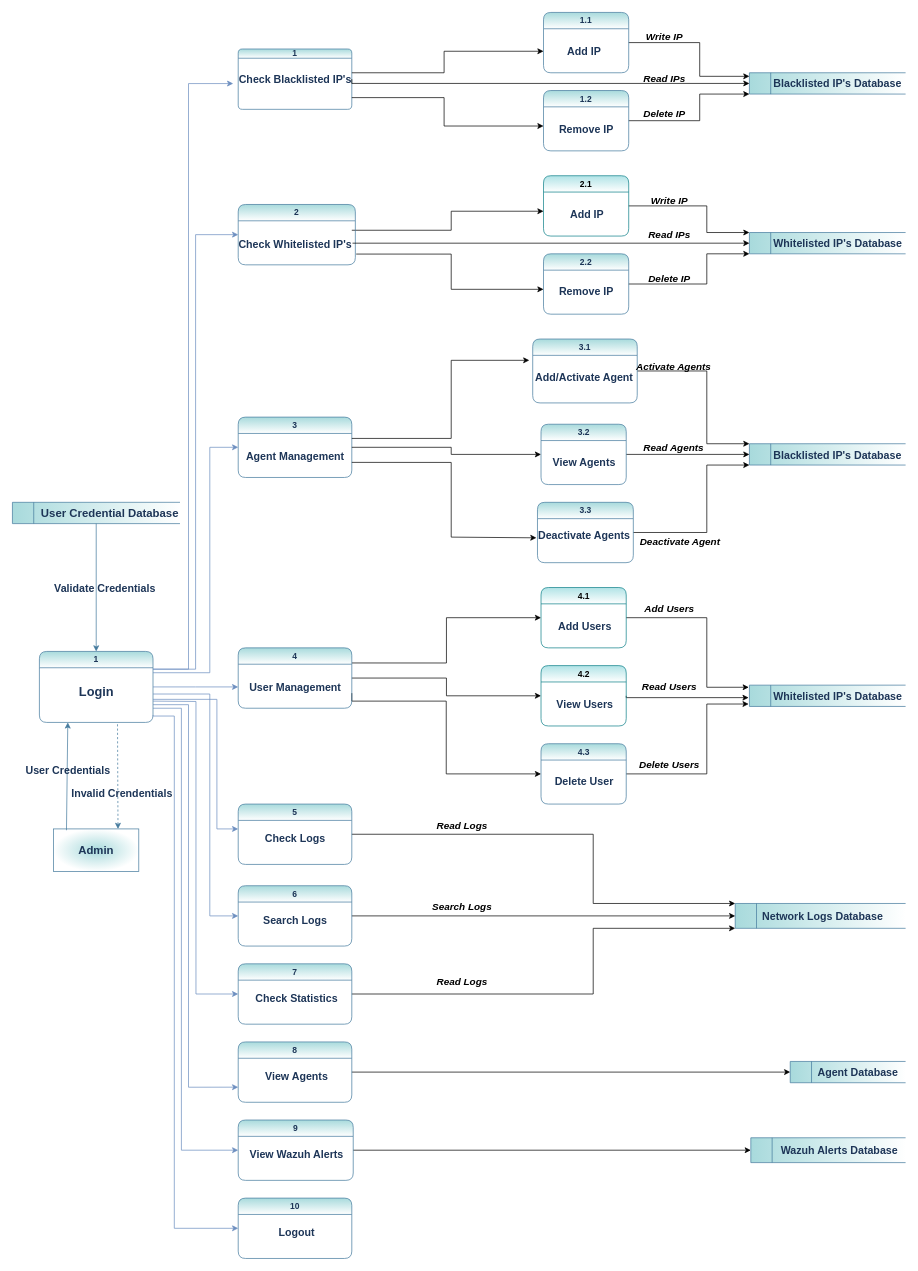
This is Documentation/Diagrams/Admin_DFD_Vertical.drawio from 33073-umar/NeuraWall, a draw.io file, before an edit. Source tidied: cells renumbered, new cells numbered last; positions are measured from the earlier drawing's top-left corner, leaving out a move shared by most shapes. Both pictures are drawn from the tidied source at 71%, with x=0, y=0 at pixel (12, 12).
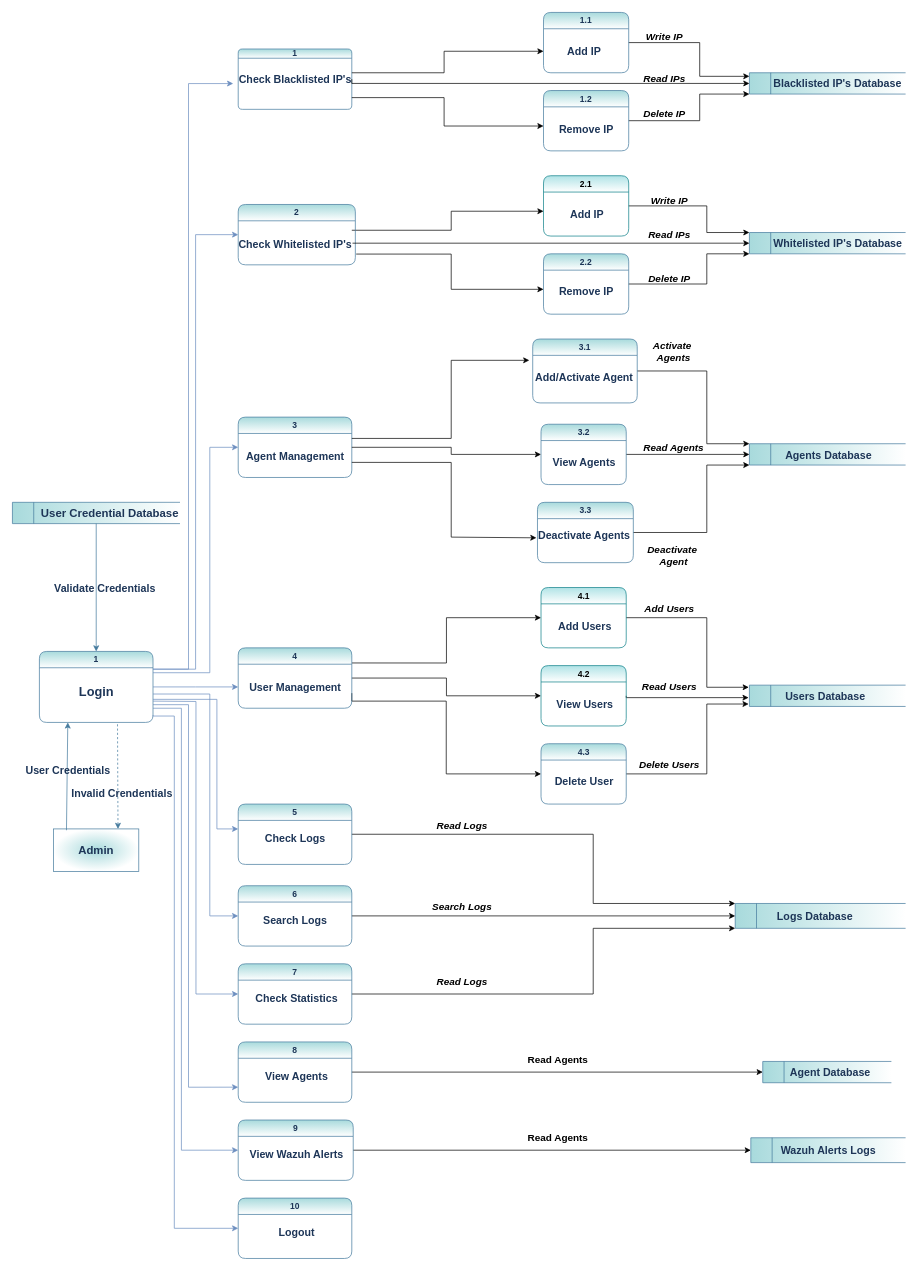
Above is the later version.

What changed in the source:
```diff
@@
-    <mxCell id="7" value="&lt;font style=&quot;font-size: 15px;&quot;&gt;&lt;b&gt;&lt;span style=&quot;white-space: pre;&quot;&gt;&#9;&lt;/span&gt;Network Logs Database&lt;/b&gt;&lt;/font&gt;" style="html=1;dashed=0;whiteSpace=wrap;shape=mxgraph.dfd.dataStoreID;align=left;spacingLeft=3;points=[[0,0],[0.5,0],[1,0],[0,0.5],[1,0.5],[0,1],[0.5,1],[1,1]];labelBackgroundColor=none;fillColor=#A8DADC;strokeColor=#457B9D;fontColor=#1D3557;gradientColor=#FFFFFF;gradientDirection=east;" parent="1" vertex="1">
+    <mxCell id="7" value="&lt;font style=&quot;font-size: 15px;&quot;&gt;&lt;b&gt;&lt;span style=&quot;white-space: pre;&quot;&gt;&#9;&lt;/span&gt;&amp;nbsp; &amp;nbsp; &amp;nbsp;Logs Database&lt;/b&gt;&lt;/font&gt;" style="html=1;dashed=0;whiteSpace=wrap;shape=mxgraph.dfd.dataStoreID;align=left;spacingLeft=3;points=[[0,0],[0.5,0],[1,0],[0,0.5],[1,0.5],[0,1],[0.5,1],[1,1]];labelBackgroundColor=none;fillColor=#A8DADC;strokeColor=#457B9D;fontColor=#1D3557;gradientColor=#FFFFFF;gradientDirection=east;" parent="1" vertex="1">
       <mxGeometry x="1018" y="1255" width="240" height="35" as="geometry" />
     </mxCell>
@@
     <mxCell id="37" value="&lt;font style=&quot;font-size: 15px;&quot;&gt;&lt;b&gt;&lt;span style=&quot;white-space: pre;&quot;&gt;&#9;&lt;/span&gt;Agent&amp;nbsp;Database&lt;/b&gt;&lt;/font&gt;" style="html=1;dashed=0;whiteSpace=wrap;shape=mxgraph.dfd.dataStoreID;align=left;spacingLeft=3;points=[[0,0],[0.5,0],[1,0],[0,0.5],[1,0.5],[0,1],[0.5,1],[1,1]];labelBackgroundColor=none;fillColor=#A8DADC;strokeColor=#457B9D;fontColor=#1D3557;gradientColor=#FFFFFF;gradientDirection=east;" parent="1" vertex="1">
-      <mxGeometry x="1095.5" y="1477.5" width="162.5" height="30" as="geometry" />
+      <mxGeometry x="1056.8" y="1477.5" width="181.2" height="30" as="geometry" />
     </mxCell>
-    <mxCell id="38" value="&lt;font style=&quot;font-size: 15px;&quot;&gt;&lt;b&gt;&lt;span style=&quot;white-space: pre;&quot;&gt;&#9;&lt;/span&gt;&lt;span style=&quot;text-align: center; text-wrap-mode: nowrap;&quot;&gt;&amp;nbsp;Wazuh Alerts&lt;/span&gt;&amp;nbsp;Database&lt;/b&gt;&lt;/font&gt;" style="html=1;dashed=0;whiteSpace=wrap;shape=mxgraph.dfd.dataStoreID;align=left;spacingLeft=3;points=[[0,0],[0.5,0],[1,0],[0,0.5],[1,0.5],[0,1],[0.5,1],[1,1]];labelBackgroundColor=none;fillColor=#A8DADC;strokeColor=#457B9D;fontColor=#1D3557;gradientColor=#FFFFFF;gradientDirection=east;" parent="1" vertex="1">
+    <mxCell id="38" value="&lt;font style=&quot;font-size: 15px;&quot;&gt;&lt;b&gt;&lt;span style=&quot;white-space: pre;&quot;&gt;&#9;&lt;/span&gt;&lt;span style=&quot;text-align: center; text-wrap-mode: nowrap;&quot;&gt;&amp;nbsp;Wazuh Alerts Logs&lt;/span&gt;&amp;nbsp;&lt;/b&gt;&lt;/font&gt;" style="html=1;dashed=0;whiteSpace=wrap;shape=mxgraph.dfd.dataStoreID;align=left;spacingLeft=3;points=[[0,0],[0.5,0],[1,0],[0,0.5],[1,0.5],[0,1],[0.5,1],[1,1]];labelBackgroundColor=none;fillColor=#A8DADC;strokeColor=#457B9D;fontColor=#1D3557;gradientColor=#FFFFFF;gradientDirection=east;" parent="1" vertex="1">
       <mxGeometry x="1040" y="1585" width="218" height="35" as="geometry" />
     </mxCell>
@@
-    <mxCell id="59" value="&lt;span style=&quot;text-align: center; text-wrap-mode: nowrap;&quot;&gt;&lt;b style=&quot;&quot;&gt;&lt;font style=&quot;font-size: 15px;&quot;&gt;&amp;nbsp; &amp;nbsp; &amp;nbsp; &amp;nbsp;Whitelisted IP's Database&lt;/font&gt;&lt;/b&gt;&lt;/span&gt;" style="html=1;dashed=0;whiteSpace=wrap;shape=mxgraph.dfd.dataStoreID;align=left;spacingLeft=3;points=[[0,0],[0.5,0],[1,0],[0,0.5],[1,0.5],[0,1],[0.5,1],[1,1]];labelBackgroundColor=none;fillColor=#A8DADC;strokeColor=#457B9D;fontColor=#1D3557;gradientColor=#FFFFFF;gradientDirection=east;" parent="1" vertex="1">
+    <mxCell id="59" value="&lt;span style=&quot;text-align: center; text-wrap-mode: nowrap;&quot;&gt;&lt;b style=&quot;&quot;&gt;&lt;font style=&quot;font-size: 15px;&quot;&gt;&amp;nbsp; &amp;nbsp; &amp;nbsp; &amp;nbsp;&lt;span style=&quot;white-space: pre;&quot;&gt;&#9;&lt;/span&gt;&amp;nbsp; &amp;nbsp;Users Database&lt;/font&gt;&lt;/b&gt;&lt;/span&gt;" style="html=1;dashed=0;whiteSpace=wrap;shape=mxgraph.dfd.dataStoreID;align=left;spacingLeft=3;points=[[0,0],[0.5,0],[1,0],[0,0.5],[1,0.5],[0,1],[0.5,1],[1,1]];labelBackgroundColor=none;fillColor=#A8DADC;strokeColor=#457B9D;fontColor=#1D3557;gradientColor=#FFFFFF;gradientDirection=east;" parent="1" vertex="1">
       <mxGeometry x="1038" y="947.5" width="220" height="30" as="geometry" />
     </mxCell>
-    <mxCell id="60" value="&lt;span style=&quot;text-align: center; text-wrap-mode: nowrap;&quot;&gt;&lt;font style=&quot;font-size: 15px;&quot;&gt;&lt;b&gt;&amp;nbsp; &amp;nbsp; &amp;nbsp; &amp;nbsp;Blacklisted IP's Database&lt;/b&gt;&lt;/font&gt;&lt;/span&gt;" style="html=1;dashed=0;whiteSpace=wrap;shape=mxgraph.dfd.dataStoreID;align=left;spacingLeft=3;points=[[0,0],[0.5,0],[1,0],[0,0.5],[1,0.5],[0,1],[0.5,1],[1,1]];labelBackgroundColor=none;fillColor=#A8DADC;strokeColor=#457B9D;fontColor=#1D3557;gradientColor=#FFFFFF;gradientDirection=east;" parent="1" vertex="1">
+    <mxCell id="60" value="&lt;span style=&quot;text-align: center; text-wrap-mode: nowrap;&quot;&gt;&lt;font style=&quot;font-size: 15px;&quot;&gt;&lt;b&gt;&amp;nbsp; &amp;nbsp; &amp;nbsp; &amp;nbsp; &amp;nbsp; &amp;nbsp;Agents Database&lt;/b&gt;&lt;/font&gt;&lt;/span&gt;" style="html=1;dashed=0;whiteSpace=wrap;shape=mxgraph.dfd.dataStoreID;align=left;spacingLeft=3;points=[[0,0],[0.5,0],[1,0],[0,0.5],[1,0.5],[0,1],[0.5,1],[1,1]];labelBackgroundColor=none;fillColor=#A8DADC;strokeColor=#457B9D;fontColor=#1D3557;gradientColor=#FFFFFF;gradientDirection=east;" parent="1" vertex="1">
       <mxGeometry x="1038" y="607.5" width="220" height="30" as="geometry" />
     </mxCell>
@@
-    <mxCell id="103" value="&lt;div&gt;&lt;br&gt;&lt;/div&gt;&lt;div&gt;Activate Agents&lt;/div&gt;" style="text;html=1;align=center;verticalAlign=middle;strokeColor=none;fillColor=none;fontSize=14;fontStyle=3;" parent="1" vertex="1">
-      <mxGeometry x="871.2" y="465" width="120" height="50" as="geometry" />
+    <mxCell id="103" value="&lt;div&gt;&lt;br&gt;&lt;/div&gt;&lt;div&gt;Activate&amp;nbsp;&lt;/div&gt;&lt;div&gt;Agents&lt;/div&gt;" style="text;html=1;align=center;verticalAlign=middle;strokeColor=none;fillColor=none;fontSize=14;fontStyle=3;" parent="1" vertex="1">
+      <mxGeometry x="891.2" y="440" width="80" height="60" as="geometry" />
     </mxCell>
@@
-    <mxCell id="105" value="Deactivate Agent" style="text;html=1;align=center;verticalAlign=middle;strokeColor=none;fillColor=none;fontSize=14;fontStyle=3;" parent="1" vertex="1">
-      <mxGeometry x="874.5" y="730" width="130" height="30" as="geometry" />
+    <mxCell id="105" value="Deactivate&amp;nbsp;&lt;div&gt;Agent&lt;/div&gt;" style="text;html=1;align=center;verticalAlign=middle;strokeColor=none;fillColor=none;fontSize=14;fontStyle=3;" parent="1" vertex="1">
+      <mxGeometry x="886.2" y="740" width="90" height="50" as="geometry" />
     </mxCell>
@@
+    <mxCell id="115" value="&lt;b&gt;Read Agents&lt;/b&gt;" style="text;html=1;align=center;verticalAlign=middle;strokeColor=none;fillColor=none;fontSize=14;" parent="1" vertex="1">
+      <mxGeometry x="713" y="1460" width="110" height="30" as="geometry" />
+    </mxCell>
+    <mxCell id="116" value="&lt;b&gt;Read Agents&lt;/b&gt;" style="text;html=1;align=center;verticalAlign=middle;strokeColor=none;fillColor=none;fontSize=14;" parent="1" vertex="1">
+      <mxGeometry x="713" y="1570" width="110" height="30" as="geometry" />
+    </mxCell>
```
